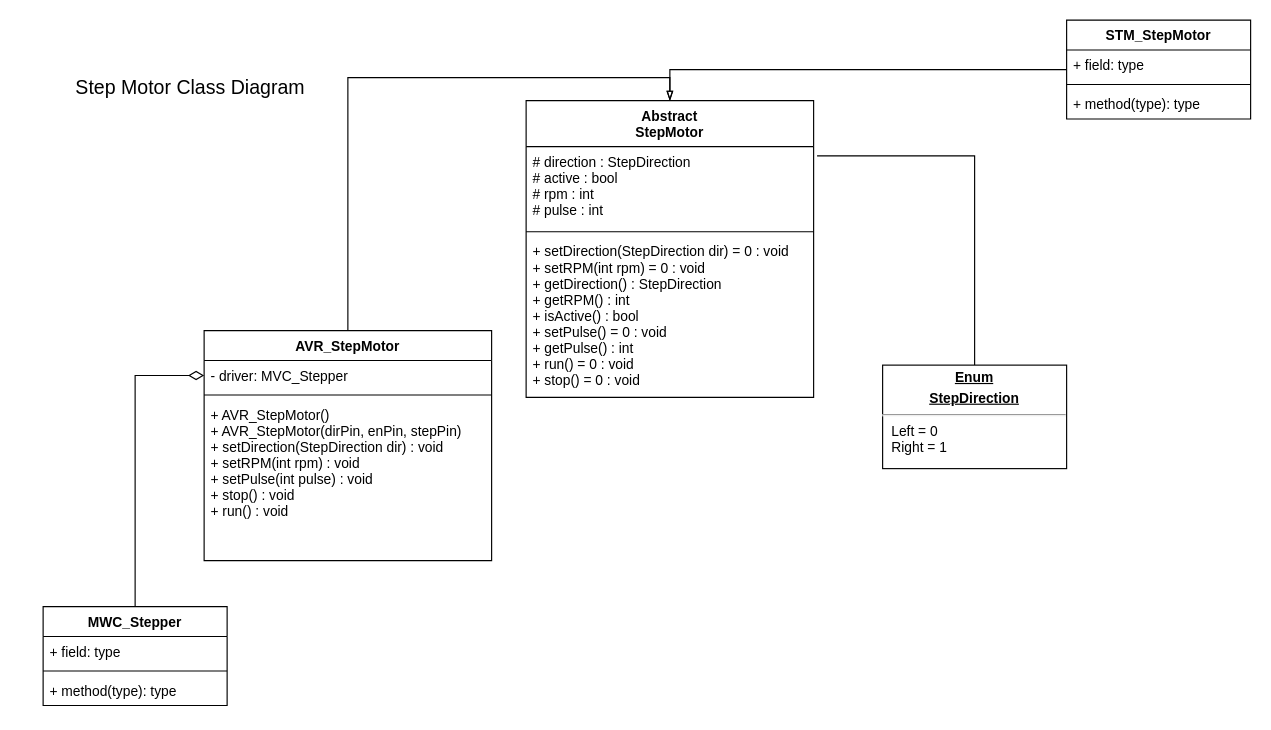
Before: Dose/UML/StepMotorClass.drawio in thethinkindustry/Dose, a draw.io diagram. Source tidied: cells renumbered, new cells numbered last; positions are measured from the earlier drawing's top-left corner, leaving out a move shared by most shapes. Both pictures are drawn from the tidied source at 115%, with x=0, y=0 at pixel (31, 20).
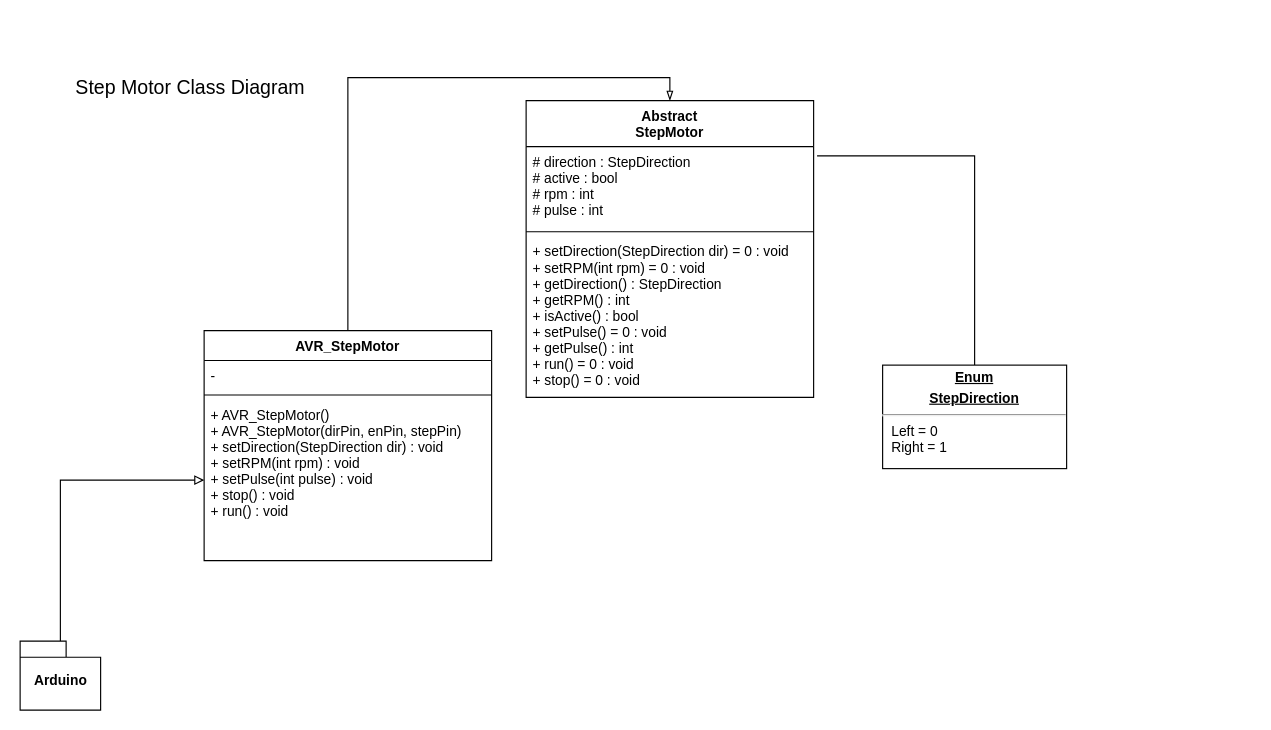
The same diagram, later.

The change refers to these unchanged cells:
```xml
<mxCell id="8" value="Abstract&#10;StepMotor&#10;" style="swimlane;fontStyle=1;align=center;verticalAlign=top;horizontal=1;startSize=40;gradientColor=none;" parent="1" vertex="1">
  <mxGeometry x="430" y="70" width="250" height="258" as="geometry" />
</mxCell>
<mxCell id="16" value="AVR_StepMotor" style="swimlane;fontStyle=1;align=center;verticalAlign=top;horizontal=1;startSize=26;gradientColor=none;" parent="1" vertex="1">
  <mxGeometry x="150" y="270" width="250" height="200" as="geometry" />
</mxCell>
<mxCell id="19" value="+ AVR_StepMotor()&#10;+ AVR_StepMotor(dirPin, enPin, stepPin)&#10;+ setDirection(StepDirection dir) : void&#10;+ setRPM(int rpm) : void&#10;+ setPulse(int pulse) : void&#10;+ stop() : void&#10;+ run() : void" style="text;strokeColor=none;fillColor=none;align=left;verticalAlign=top;spacingLeft=4;spacingRight=4;overflow=hidden;points=[[0,0.5],[1,0.5]];portConstraint=eastwest;" parent="16" vertex="1">
  <mxGeometry y="60" width="250" height="140" as="geometry" />
</mxCell>
```

Change to the diagram source:
```diff
@@
-    <mxCell id="3" style="edgeStyle=orthogonalEdgeStyle;rounded=0;jettySize=auto;html=1;entryX=0;entryY=0.5;entryDx=0;entryDy=0;endArrow=diamondThin;endFill=0;strokeWidth=1;endSize=11;" parent="1" edge="1" source="20" target="17">
-      <mxGeometry relative="1" as="geometry" />
-    </mxCell>
@@
-    <mxCell id="5" style="edgeStyle=orthogonalEdgeStyle;rounded=0;jettySize=auto;html=1;entryX=0.5;entryY=0;entryDx=0;entryDy=0;endArrow=blockThin;endFill=0;" parent="1" edge="1" source="12" target="8">
-      <mxGeometry relative="1" as="geometry" />
-    </mxCell>
@@
-    <mxCell id="12" value="STM_StepMotor" style="swimlane;fontStyle=1;align=center;verticalAlign=top;horizontal=1;startSize=26;gradientColor=none;" parent="1" vertex="1">
-      <mxGeometry x="900" width="160" height="86" as="geometry" />
-    </mxCell>
-    <mxCell id="13" value="+ field: type" style="text;strokeColor=none;fillColor=none;align=left;verticalAlign=top;spacingLeft=4;spacingRight=4;overflow=hidden;" parent="12" vertex="1">
-      <mxGeometry y="26" width="160" height="26" as="geometry" />
-    </mxCell>
-    <mxCell id="14" style="line;strokeWidth=1;fillColor=none;align=left;verticalAlign=middle;spacingTop=-1;spacingLeft=3;spacingRight=3;labelPosition=right;" parent="12" vertex="1">
-      <mxGeometry y="52" width="160" height="8" as="geometry" />
-    </mxCell>
-    <mxCell id="15" value="+ method(type): type" style="text;strokeColor=none;fillColor=none;align=left;verticalAlign=top;spacingLeft=4;spacingRight=4;overflow=hidden;" parent="12" vertex="1">
-      <mxGeometry y="60" width="160" height="26" as="geometry" />
-    </mxCell>
@@
-    <mxCell id="17" value="- driver: MVC_Stepper" style="text;strokeColor=none;fillColor=none;align=left;verticalAlign=top;spacingLeft=4;spacingRight=4;overflow=hidden;points=[[0,0.5],[1,0.5]];portConstraint=eastwest;" parent="16" vertex="1">
+    <mxCell id="17" value="-" style="text;strokeColor=none;fillColor=none;align=left;verticalAlign=top;spacingLeft=4;spacingRight=4;overflow=hidden;points=[[0,0.5],[1,0.5]];portConstraint=eastwest;" parent="16" vertex="1">
       <mxGeometry y="26" width="250" height="26" as="geometry" />
     </mxCell>
@@
-    <mxCell id="20" value="MWC_Stepper" style="swimlane;fontStyle=1;align=center;verticalAlign=top;horizontal=1;startSize=26;gradientColor=none;" parent="1" vertex="1">
-      <mxGeometry x="10" y="510" width="160" height="86" as="geometry" />
-    </mxCell>
-    <mxCell id="21" value="+ field: type" style="text;strokeColor=none;fillColor=none;align=left;verticalAlign=top;spacingLeft=4;spacingRight=4;overflow=hidden;" parent="20" vertex="1">
-      <mxGeometry y="26" width="160" height="26" as="geometry" />
-    </mxCell>
-    <mxCell id="22" style="line;strokeWidth=1;fillColor=none;align=left;verticalAlign=middle;spacingTop=-1;spacingLeft=3;spacingRight=3;labelPosition=right;" parent="20" vertex="1">
-      <mxGeometry y="52" width="160" height="8" as="geometry" />
-    </mxCell>
-    <mxCell id="23" value="+ method(type): type" style="text;strokeColor=none;fillColor=none;align=left;verticalAlign=top;spacingLeft=4;spacingRight=4;overflow=hidden;" parent="20" vertex="1">
-      <mxGeometry y="60" width="160" height="26" as="geometry" />
-    </mxCell>
+    <mxCell id="24" style="edgeStyle=orthogonalEdgeStyle;rounded=0;jettySize=auto;html=1;endArrow=block;endFill=0;" parent="1" edge="1" source="25" target="19">
+      <mxGeometry relative="1" as="geometry" />
+    </mxCell>
+    <mxCell id="25" value="Arduino" style="shape=folder;fontStyle=1;spacingTop=10;tabWidth=40;tabHeight=14;tabPosition=left;html=1;" parent="1" vertex="1">
+      <mxGeometry x="-10" y="540" width="70" height="60" as="geometry" />
+    </mxCell>
```
